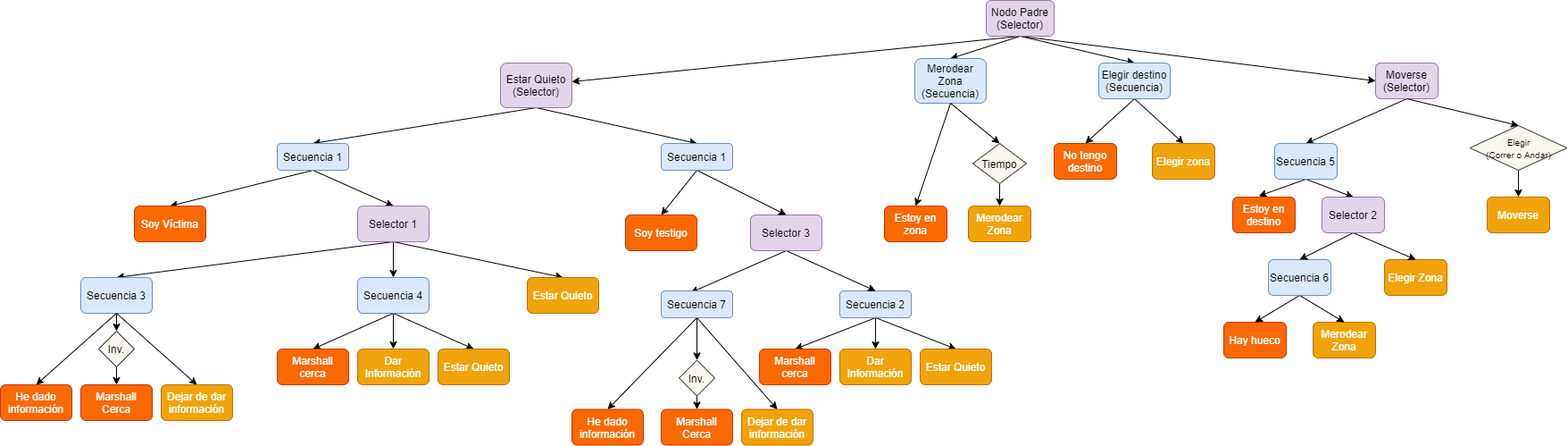
Above: Comportamiento de Personajes/Documentos/BehaviourTreeVillager.png in lightningopal/Juegos-para-Web-y-Redes-Sociales---Unity (draw.io), before the change. Source tidied: cells renumbered, new cells last; positions are measured from the earlier drawing's top-left corner, leaving out a move shared by most shapes.
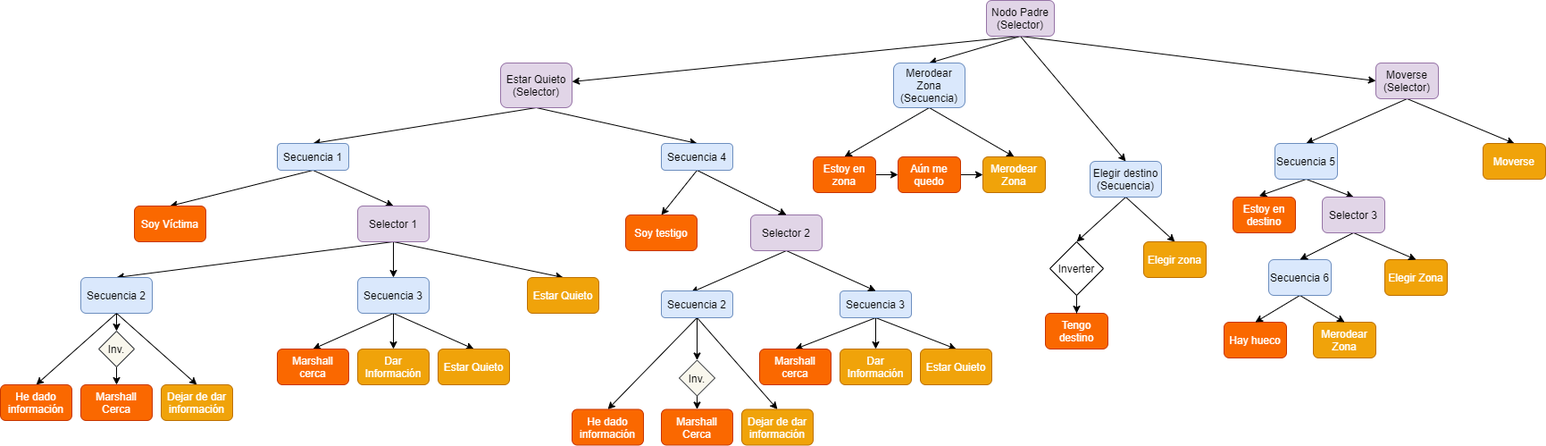
The same file after the commit.

Commit message:
[CDP] - Árbol de comportamiento de los aldeanos actualizado

What changed in the source:
```diff
@@ -20,20 +20,20 @@
     <mxCell id="7" style="edgeStyle=none;rounded=0;jettySize=auto;html=1;exitX=0.5;exitY=1;exitDx=0;exitDy=0;entryX=0.5;entryY=0;entryDx=0;entryDy=0;" parent="1" edge="1" source="9" target="25">
       <mxGeometry relative="1" as="geometry" />
     </mxCell>
-    <mxCell id="8" style="edgeStyle=none;rounded=0;jettySize=auto;html=1;exitX=0.5;exitY=1;exitDx=0;exitDy=0;entryX=0.5;entryY=0;entryDx=0;entryDy=0;" parent="1" edge="1" source="62" target="26">
-      <mxGeometry relative="1" as="geometry" />
-    </mxCell>
+    <mxCell id="89" style="edgeStyle=none;rounded=0;jettySize=auto;html=1;exitX=0.5;exitY=1;exitDx=0;exitDy=0;entryX=0.5;entryY=0;entryDx=0;entryDy=0;" parent="1" edge="1" source="9" target="26">
+      <mxGeometry relative="1" as="geometry" />
+    </mxCell>
     <mxCell id="9" value="Moverse&lt;br&gt;(Selector)" style="rounded=1;whiteSpace=wrap;html=1;fillColor=#e1d5e7;strokeColor=#9673a6;" parent="1" vertex="1">
       <mxGeometry x="1540" y="70" width="70" height="40" as="geometry" />
     </mxCell>
     <mxCell id="10" style="edgeStyle=none;rounded=0;jettySize=auto;html=1;exitX=0.5;exitY=1;exitDx=0;exitDy=0;entryX=0.5;entryY=0;entryDx=0;entryDy=0;" parent="1" edge="1" source="12" target="16">
       <mxGeometry relative="1" as="geometry" />
     </mxCell>
-    <mxCell id="11" style="edgeStyle=none;rounded=0;jettySize=auto;html=1;exitX=0.5;exitY=1;exitDx=0;exitDy=0;entryX=0.5;entryY=0;entryDx=0;entryDy=0;" parent="1" edge="1" source="60" target="17">
-      <mxGeometry relative="1" as="geometry" />
-    </mxCell>
+    <mxCell id="90" style="edgeStyle=none;rounded=0;jettySize=auto;html=1;exitX=0.5;exitY=1;exitDx=0;exitDy=0;entryX=0.5;entryY=0;entryDx=0;entryDy=0;" parent="1" edge="1" source="12" target="17">
+      <mxGeometry relative="1" as="geometry" />
+    </mxCell>
     <mxCell id="12" value="Merodear Zona&lt;br&gt;(Secuencia)" style="rounded=1;whiteSpace=wrap;html=1;fillColor=#dae8fc;strokeColor=#6c8ebf;" parent="1" vertex="1">
-      <mxGeometry x="1024" y="65" width="80" height="50" as="geometry" />
+      <mxGeometry x="1000" y="70" width="80" height="50" as="geometry" />
     </mxCell>
     <mxCell id="13" style="edgeStyle=none;rounded=0;jettySize=auto;html=1;exitX=0.5;exitY=1;exitDx=0;exitDy=0;entryX=0.5;entryY=0;entryDx=0;entryDy=0;" parent="1" edge="1" source="15" target="39">
       <mxGeometry relative="1" as="geometry" />
@@ -44,26 +44,29 @@
     <mxCell id="15" value="Estar Quieto&lt;br&gt;(Selector)" style="rounded=1;whiteSpace=wrap;html=1;fillColor=#e1d5e7;strokeColor=#9673a6;" parent="1" vertex="1">
       <mxGeometry x="560" y="70" width="80" height="50" as="geometry" />
     </mxCell>
+    <mxCell id="91" style="edgeStyle=none;rounded=0;jettySize=auto;html=1;exitX=1;exitY=0.5;exitDx=0;exitDy=0;entryX=0;entryY=0.5;entryDx=0;entryDy=0;" parent="1" edge="1" source="16" target="93">
+      <mxGeometry relative="1" as="geometry" />
+    </mxCell>
     <mxCell id="16" value="Estoy en zona" style="rounded=1;whiteSpace=wrap;html=1;fillColor=#fa6800;strokeColor=#C73500;fontColor=#ffffff;" parent="1" vertex="1">
-      <mxGeometry x="990" y="230" width="70" height="40" as="geometry" />
+      <mxGeometry x="910" y="175" width="70" height="40" as="geometry" />
     </mxCell>
     <mxCell id="17" value="Merodear Zona" style="rounded=1;whiteSpace=wrap;html=1;fillColor=#f0a30a;strokeColor=#BD7000;fontColor=#ffffff;" parent="1" vertex="1">
-      <mxGeometry x="1084" y="230" width="70" height="40" as="geometry" />
+      <mxGeometry x="1100" y="175" width="70" height="40" as="geometry" />
     </mxCell>
-    <mxCell id="18" style="edgeStyle=none;rounded=0;jettySize=auto;html=1;exitX=0.5;exitY=1;exitDx=0;exitDy=0;entryX=0.5;entryY=0;entryDx=0;entryDy=0;" parent="1" edge="1" source="20" target="21">
+    <mxCell id="18" style="edgeStyle=none;rounded=0;jettySize=auto;html=1;exitX=0.5;exitY=1;exitDx=0;exitDy=0;entryX=0.5;entryY=0;entryDx=0;entryDy=0;" parent="1" edge="1" source="20" target="95">
       <mxGeometry relative="1" as="geometry" />
     </mxCell>
     <mxCell id="19" style="edgeStyle=none;rounded=0;jettySize=auto;html=1;exitX=0.5;exitY=1;exitDx=0;exitDy=0;entryX=0.5;entryY=0;entryDx=0;entryDy=0;" parent="1" edge="1" source="20" target="22">
       <mxGeometry relative="1" as="geometry" />
     </mxCell>
     <mxCell id="20" value="Elegir destino&lt;br&gt;(Secuencia)" style="rounded=1;whiteSpace=wrap;html=1;fillColor=#dae8fc;strokeColor=#6c8ebf;" parent="1" vertex="1">
-      <mxGeometry x="1230" y="70" width="80" height="40" as="geometry" />
+      <mxGeometry x="1220" y="180" width="80" height="40" as="geometry" />
     </mxCell>
-    <mxCell id="21" value="No tengo destino" style="rounded=1;whiteSpace=wrap;html=1;fillColor=#fa6800;strokeColor=#C73500;fontColor=#ffffff;" parent="1" vertex="1">
-      <mxGeometry x="1180" y="160" width="70" height="40" as="geometry" />
+    <mxCell id="21" value="Tengo destino" style="rounded=1;whiteSpace=wrap;html=1;fillColor=#fa6800;strokeColor=#C73500;fontColor=#ffffff;" parent="1" vertex="1">
+      <mxGeometry x="1170" y="350" width="70" height="40" as="geometry" />
     </mxCell>
     <mxCell id="22" value="Elegir zona" style="rounded=1;whiteSpace=wrap;html=1;fillColor=#f0a30a;strokeColor=#BD7000;fontColor=#ffffff;" parent="1" vertex="1">
-      <mxGeometry x="1290" y="160" width="70" height="40" as="geometry" />
+      <mxGeometry x="1280" y="270" width="70" height="40" as="geometry" />
     </mxCell>
     <mxCell id="23" style="edgeStyle=none;rounded=0;jettySize=auto;html=1;exitX=0.5;exitY=1;exitDx=0;exitDy=0;entryX=0.419;entryY=-0.029;entryDx=0;entryDy=0;entryPerimeter=0;" parent="1" edge="1" source="25" target="27">
       <mxGeometry relative="1" as="geometry" />
@@ -75,7 +78,7 @@
       <mxGeometry x="1427" y="160" width="70" height="40" as="geometry" />
     </mxCell>
     <mxCell id="26" value="Moverse" style="rounded=1;whiteSpace=wrap;html=1;fillColor=#f0a30a;strokeColor=#BD7000;fontColor=#ffffff;" parent="1" vertex="1">
-      <mxGeometry x="1665" y="220" width="70" height="40" as="geometry" />
+      <mxGeometry x="1660" y="160" width="70" height="40" as="geometry" />
     </mxCell>
     <mxCell id="27" value="Estoy en destino" style="rounded=1;whiteSpace=wrap;html=1;fillColor=#fa6800;strokeColor=#C73500;fontColor=#ffffff;" parent="1" vertex="1">
       <mxGeometry x="1380" y="220" width="70" height="40" as="geometry" />
@@ -95,7 +98,7 @@
     <mxCell id="32" style="edgeStyle=none;rounded=0;jettySize=auto;html=1;exitX=0.5;exitY=1;exitDx=0;exitDy=0;entryX=0.5;entryY=0;entryDx=0;entryDy=0;" parent="1" edge="1" source="33" target="35">
       <mxGeometry relative="1" as="geometry" />
     </mxCell>
-    <mxCell id="33" value="Secuencia 2" style="rounded=1;whiteSpace=wrap;html=1;fillColor=#dae8fc;strokeColor=#6c8ebf;" parent="1" vertex="1">
+    <mxCell id="33" value="Secuencia 3" style="rounded=1;whiteSpace=wrap;html=1;fillColor=#dae8fc;strokeColor=#6c8ebf;" parent="1" vertex="1">
       <mxGeometry x="940" y="325" width="80" height="30" as="geometry" />
     </mxCell>
     <mxCell id="34" value="Marshall cerca" style="rounded=1;whiteSpace=wrap;html=1;fillColor=#fa6800;strokeColor=#C73500;fontColor=#ffffff;" parent="1" vertex="1">
@@ -140,7 +143,7 @@
     <mxCell id="47" style="edgeStyle=none;rounded=0;jettySize=auto;html=1;exitX=0.5;exitY=1;exitDx=0;exitDy=0;entryX=0.5;entryY=0;entryDx=0;entryDy=0;" parent="1" edge="1" source="48" target="51">
       <mxGeometry relative="1" as="geometry" />
     </mxCell>
-    <mxCell id="48" value="Secuencia 4" style="rounded=1;whiteSpace=wrap;html=1;fillColor=#dae8fc;strokeColor=#6c8ebf;" parent="1" vertex="1">
+    <mxCell id="48" value="Secuencia 3" style="rounded=1;whiteSpace=wrap;html=1;fillColor=#dae8fc;strokeColor=#6c8ebf;" parent="1" vertex="1">
       <mxGeometry x="400" y="310" width="80" height="40" as="geometry" />
     </mxCell>
     <mxCell id="49" value="Estar Quieto" style="rounded=1;whiteSpace=wrap;html=1;fillColor=#f0a30a;strokeColor=#BD7000;fontColor=#ffffff;" parent="1" vertex="1">
@@ -173,21 +176,12 @@
     <mxCell id="58" style="edgeStyle=none;rounded=0;jettySize=auto;html=1;exitX=0.5;exitY=1;exitDx=0;exitDy=0;entryX=0.5;entryY=0;entryDx=0;entryDy=0;" parent="1" edge="1" source="59" target="53">
       <mxGeometry relative="1" as="geometry" />
     </mxCell>
-    <mxCell id="59" value="Selector 2" style="rounded=1;whiteSpace=wrap;html=1;fillColor=#e1d5e7;strokeColor=#9673a6;" parent="1" vertex="1">
+    <mxCell id="59" value="Selector 3" style="rounded=1;whiteSpace=wrap;html=1;fillColor=#e1d5e7;strokeColor=#9673a6;" parent="1" vertex="1">
       <mxGeometry x="1480" y="220" width="70" height="40" as="geometry" />
     </mxCell>
-    <mxCell id="60" value="Tiempo" style="rhombus;whiteSpace=wrap;html=1;fillColor=#f9f7ed;strokeColor=#36393d;" parent="1" vertex="1">
-      <mxGeometry x="1089" y="160" width="60" height="45" as="geometry" />
-    </mxCell>
-    <mxCell id="61" style="edgeStyle=none;rounded=0;jettySize=auto;html=1;exitX=0.5;exitY=1;exitDx=0;exitDy=0;entryX=0.5;entryY=0;entryDx=0;entryDy=0;" parent="1" edge="1" source="12" target="60">
-      <mxGeometry relative="1" as="geometry" />
-    </mxCell>
-    <mxCell id="62" value="&lt;font style=&quot;font-size: 10px&quot;&gt;Elegir&lt;br&gt;(Correr o Andar)&lt;/font&gt;" style="rhombus;whiteSpace=wrap;html=1;fillColor=#f9f7ed;strokeColor=#36393d;" parent="1" vertex="1">
-      <mxGeometry x="1645.6" y="140" width="108.8" height="50" as="geometry" />
-    </mxCell>
-    <mxCell id="63" style="edgeStyle=none;rounded=0;jettySize=auto;html=1;exitX=0.5;exitY=1;exitDx=0;exitDy=0;entryX=0.5;entryY=0;entryDx=0;entryDy=0;" parent="1" edge="1" source="9" target="62">
-      <mxGeometry relative="1" as="geometry" />
-    </mxCell>
+    <mxCell id="92" style="edgeStyle=none;rounded=0;jettySize=auto;html=1;exitX=1;exitY=0.5;exitDx=0;exitDy=0;entryX=0;entryY=0.5;entryDx=0;entryDy=0;" parent="1" edge="1" source="93" target="17">
+      <mxGeometry relative="1" as="geometry" />
+    </mxCell>
     <mxCell id="64" style="edgeStyle=none;rounded=0;jettySize=auto;html=1;exitX=0.5;exitY=1;exitDx=0;exitDy=0;entryX=0.5;entryY=0;entryDx=0;entryDy=0;" parent="1" edge="1" source="67" target="68">
       <mxGeometry relative="1" as="geometry" />
     </mxCell>
@@ -197,7 +191,7 @@
     <mxCell id="66" style="edgeStyle=none;rounded=0;jettySize=auto;html=1;exitX=0.5;exitY=1;exitDx=0;exitDy=0;entryX=0.5;entryY=0;entryDx=0;entryDy=0;" parent="1" edge="1" source="67" target="70">
       <mxGeometry relative="1" as="geometry" />
     </mxCell>
-    <mxCell id="67" value="Secuencia 3" style="rounded=1;whiteSpace=wrap;html=1;fillColor=#dae8fc;strokeColor=#6c8ebf;" parent="1" vertex="1">
+    <mxCell id="67" value="Secuencia 2" style="rounded=1;whiteSpace=wrap;html=1;fillColor=#dae8fc;strokeColor=#6c8ebf;" parent="1" vertex="1">
       <mxGeometry x="90" y="310" width="80" height="40" as="geometry" />
     </mxCell>
     <mxCell id="68" value="He dado información" style="rounded=1;whiteSpace=wrap;html=1;fillColor=#fa6800;strokeColor=#C73500;fontColor=#ffffff;" parent="1" vertex="1">
@@ -215,7 +209,7 @@
     <mxCell id="72" style="edgeStyle=none;rounded=0;jettySize=auto;html=1;exitX=0.5;exitY=1;exitDx=0;exitDy=0;entryX=0.413;entryY=0.06;entryDx=0;entryDy=0;entryPerimeter=0;" parent="1" edge="1" source="73" target="78">
       <mxGeometry relative="1" as="geometry" />
     </mxCell>
-    <mxCell id="73" value="Selector 3" style="rounded=1;whiteSpace=wrap;html=1;fillColor=#e1d5e7;strokeColor=#9673a6;" parent="1" vertex="1">
+    <mxCell id="73" value="Selector 2" style="rounded=1;whiteSpace=wrap;html=1;fillColor=#e1d5e7;strokeColor=#9673a6;" parent="1" vertex="1">
       <mxGeometry x="840" y="240" width="80" height="40" as="geometry" />
     </mxCell>
     <mxCell id="74" style="edgeStyle=none;rounded=0;jettySize=auto;html=1;exitX=0.5;exitY=1;exitDx=0;exitDy=0;entryX=0.5;entryY=0;entryDx=0;entryDy=0;" parent="1" edge="1" source="78" target="79">
@@ -230,7 +224,7 @@
     <mxCell id="77" style="edgeStyle=none;rounded=0;jettySize=auto;html=1;exitX=0.5;exitY=1;exitDx=0;exitDy=0;entryX=0.5;entryY=0;entryDx=0;entryDy=0;" parent="1" edge="1" source="78" target="88">
       <mxGeometry relative="1" as="geometry" />
     </mxCell>
-    <mxCell id="78" value="Secuencia 7" style="rounded=1;whiteSpace=wrap;html=1;fillColor=#dae8fc;strokeColor=#6c8ebf;" parent="1" vertex="1">
+    <mxCell id="78" value="Secuencia 2" style="rounded=1;whiteSpace=wrap;html=1;fillColor=#dae8fc;strokeColor=#6c8ebf;" parent="1" vertex="1">
       <mxGeometry x="740" y="325" width="80" height="30" as="geometry" />
     </mxCell>
     <mxCell id="79" value="He dado información" style="rounded=1;whiteSpace=wrap;html=1;fillColor=#fa6800;strokeColor=#C73500;fontColor=#ffffff;" parent="1" vertex="1">
@@ -251,7 +245,7 @@
     <mxCell id="84" style="edgeStyle=none;rounded=0;jettySize=auto;html=1;exitX=0.5;exitY=1;exitDx=0;exitDy=0;entryX=0.5;entryY=0;entryDx=0;entryDy=0;" parent="1" edge="1" source="85" target="73">
       <mxGeometry relative="1" as="geometry" />
     </mxCell>
-    <mxCell id="85" value="Secuencia 1" style="rounded=1;whiteSpace=wrap;html=1;fillColor=#dae8fc;strokeColor=#6c8ebf;" parent="1" vertex="1">
+    <mxCell id="85" value="Secuencia 4" style="rounded=1;whiteSpace=wrap;html=1;fillColor=#dae8fc;strokeColor=#6c8ebf;" parent="1" vertex="1">
       <mxGeometry x="740" y="160" width="80" height="30" as="geometry" />
     </mxCell>
     <mxCell id="86" value="Inv." style="rhombus;whiteSpace=wrap;html=1;fillColor=#f9f7ed;strokeColor=#36393d;" parent="1" vertex="1">
@@ -263,5 +257,14 @@
     <mxCell id="88" value="Inv." style="rhombus;whiteSpace=wrap;html=1;fillColor=#f9f7ed;strokeColor=#36393d;" parent="1" vertex="1">
       <mxGeometry x="760" y="402.5" width="40" height="40" as="geometry" />
     </mxCell>
+    <mxCell id="93" value="Aún me quedo" style="rounded=1;whiteSpace=wrap;html=1;fillColor=#fa6800;strokeColor=#C73500;fontColor=#ffffff;" parent="1" vertex="1">
+      <mxGeometry x="1005" y="175" width="70" height="40" as="geometry" />
+    </mxCell>
+    <mxCell id="94" style="edgeStyle=orthogonalEdgeStyle;rounded=0;jettySize=auto;html=1;exitX=0.5;exitY=1;exitDx=0;exitDy=0;" parent="1" edge="1" source="95" target="21">
+      <mxGeometry relative="1" as="geometry" />
+    </mxCell>
+    <mxCell id="95" value="Inverter" style="rhombus;whiteSpace=wrap;html=1;" parent="1" vertex="1">
+      <mxGeometry x="1175" y="270" width="60" height="60" as="geometry" />
+    </mxCell>
   </root>
 </mxGraphModel>
```
